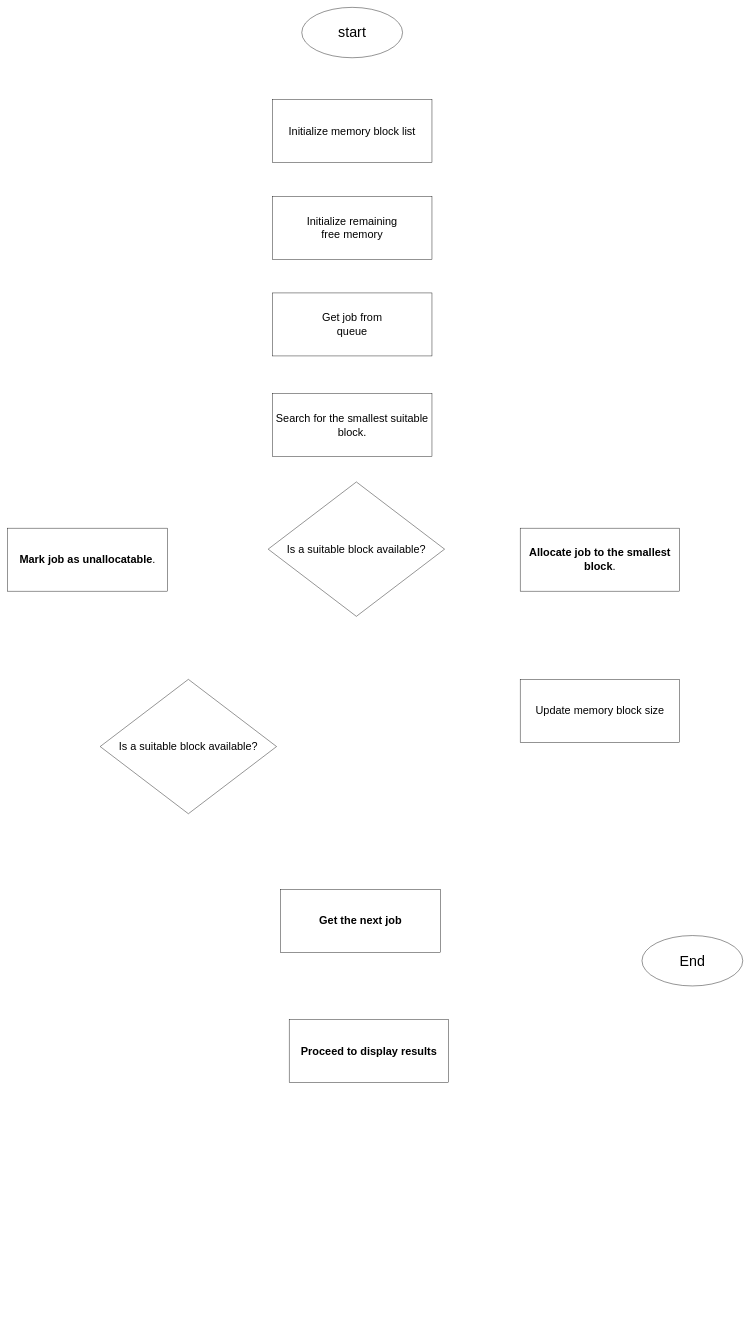
Vimukthi-Randunu/EEX5563Mini-project-RegNo-721429544 keeps this draw.io diagram as Untitled Diagram.drawio. Above is the earlier version. Source tidied: cells renumbered, new cells numbered last; positions are measured from the earlier drawing's top-left corner, leaving out a move shared by most shapes. Both pictures are drawn from the tidied source at 42%, with x=0, y=0 at pixel (8, 7).
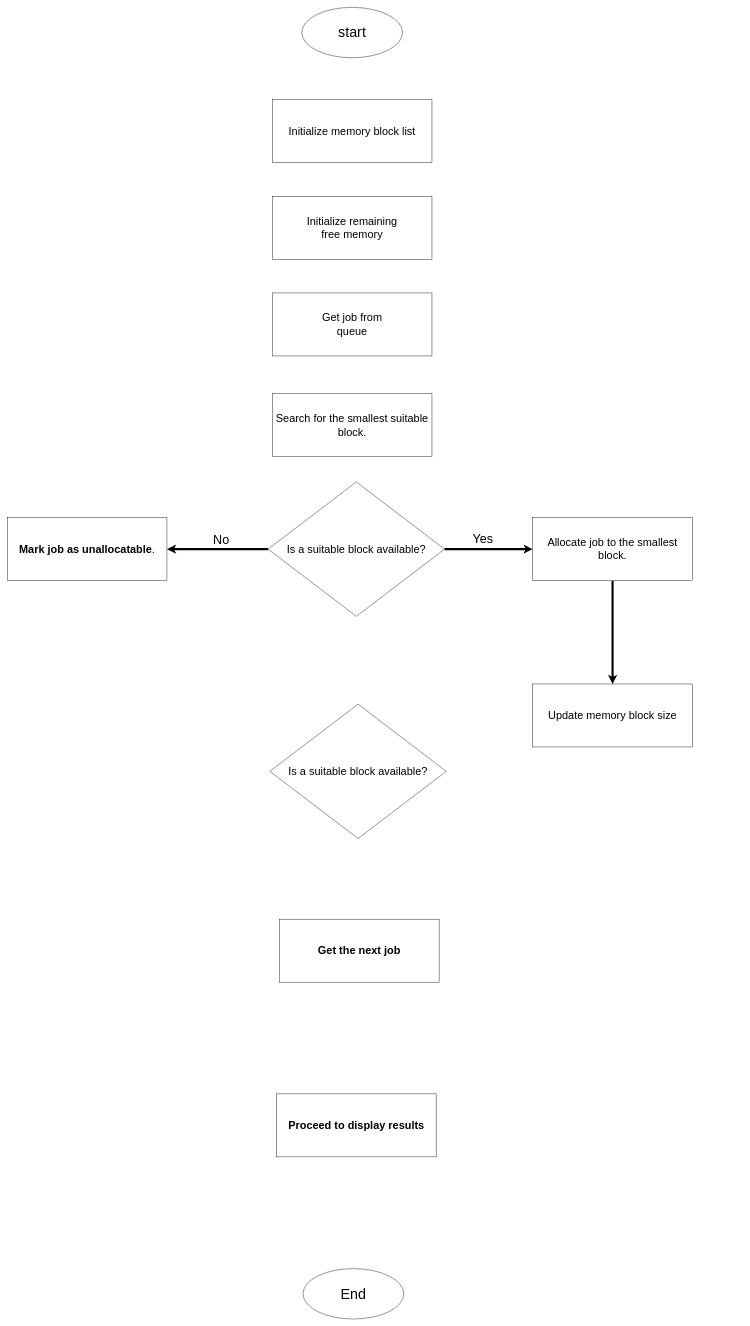
The same diagram, later.

The edit, as a diff of the source:
```diff
@@
 <mxGraphModel>
   <root>
     <mxCell id="0" />
     <mxCell id="1" parent="0" />
     <mxCell id="2" value="&lt;font style=&quot;font-size: 34px;&quot;&gt;start&lt;/font&gt;" style="ellipse;whiteSpace=wrap;html=1;" parent="1" vertex="1">
       <mxGeometry x="700" width="240" height="120" as="geometry" />
     </mxCell>
     <mxCell id="3" value="&lt;font style=&quot;font-size: 26px;&quot;&gt;Initialize memory block list&lt;/font&gt;" style="rounded=0;whiteSpace=wrap;html=1;" parent="1" vertex="1">
       <mxGeometry x="630" y="220" width="380" height="150" as="geometry" />
     </mxCell>
     <mxCell id="4" value="&lt;font style=&quot;font-size: 26px;&quot;&gt;Initialize remaining&lt;/font&gt;&lt;div&gt;&lt;font style=&quot;font-size: 26px;&quot;&gt;free memory&lt;/font&gt;&lt;/div&gt;" style="rounded=0;whiteSpace=wrap;html=1;" parent="1" vertex="1">
       <mxGeometry x="630" y="450" width="380" height="150" as="geometry" />
     </mxCell>
     <mxCell id="5" value="&lt;span style=&quot;font-size: 26px;&quot;&gt;Get job from&lt;/span&gt;&lt;div&gt;&lt;span style=&quot;font-size: 26px;&quot;&gt;queue&lt;/span&gt;&lt;/div&gt;" style="rounded=0;whiteSpace=wrap;html=1;" parent="1" vertex="1">
       <mxGeometry x="630" y="680" width="380" height="150" as="geometry" />
     </mxCell>
     <mxCell id="6" value="&lt;div&gt;&lt;font style=&quot;font-size: 26px;&quot;&gt;Search for the smallest suitable block.&lt;/font&gt;&lt;br&gt;&lt;/div&gt;" style="rounded=0;whiteSpace=wrap;html=1;" parent="1" vertex="1">
       <mxGeometry x="630" y="920" width="380" height="150" as="geometry" />
     </mxCell>
+    <mxCell id="15" style="edgeStyle=orthogonalEdgeStyle;rounded=0;jettySize=auto;html=1;entryX=0;entryY=0.5;entryDx=0;entryDy=0;strokeWidth=5;" parent="1" edge="1" source="7" target="8">
+      <mxGeometry relative="1" as="geometry" />
+    </mxCell>
+    <mxCell id="16" style="edgeStyle=orthogonalEdgeStyle;rounded=0;jettySize=auto;html=1;strokeWidth=5;" parent="1" edge="1" source="7" target="10">
+      <mxGeometry relative="1" as="geometry" />
+    </mxCell>
     <mxCell id="7" value="&lt;font style=&quot;font-size: 26px;&quot;&gt;Is a suitable block available?&lt;/font&gt;" style="rhombus;whiteSpace=wrap;html=1;" parent="1" vertex="1">
       <mxGeometry x="620" y="1130" width="420" height="320" as="geometry" />
     </mxCell>
+    <mxCell id="17" style="edgeStyle=orthogonalEdgeStyle;rounded=0;jettySize=auto;html=1;entryX=0.5;entryY=0;entryDx=0;entryDy=0;strokeWidth=5;" parent="1" edge="1" source="8" target="9">
+      <mxGeometry relative="1" as="geometry" />
+    </mxCell>
-    <mxCell id="8" value="&lt;div&gt;&lt;font style=&quot;font-size: 26px;&quot;&gt;&lt;strong&gt;Allocate job to the smallest block&lt;/strong&gt;.&lt;/font&gt;&lt;br&gt;&lt;/div&gt;" style="rounded=0;whiteSpace=wrap;html=1;" parent="1" vertex="1">
-      <mxGeometry x="1220" y="1240" width="380" height="150" as="geometry" />
+    <mxCell id="8" value="&lt;div&gt;&lt;font style=&quot;font-size: 26px;&quot;&gt;Allocate job to the smallest block.&lt;/font&gt;&lt;br&gt;&lt;/div&gt;" style="rounded=0;whiteSpace=wrap;html=1;" parent="1" vertex="1">
+      <mxGeometry x="1250" y="1215" width="380" height="150" as="geometry" />
     </mxCell>
     <mxCell id="9" value="&lt;div&gt;&lt;font style=&quot;font-size: 26px;&quot;&gt;Update memory block size&lt;/font&gt;&lt;br&gt;&lt;/div&gt;" style="rounded=0;whiteSpace=wrap;html=1;" parent="1" vertex="1">
-      <mxGeometry x="1220" y="1600" width="380" height="150" as="geometry" />
+      <mxGeometry x="1250" y="1611" width="380" height="150" as="geometry" />
     </mxCell>
     <mxCell id="10" value="&lt;div&gt;&lt;font style=&quot;font-size: 26px;&quot;&gt;&lt;strong&gt;Mark job as unallocatable&lt;/strong&gt;.&lt;/font&gt;&lt;br&gt;&lt;/div&gt;" style="rounded=0;whiteSpace=wrap;html=1;" parent="1" vertex="1">
-      <mxGeometry y="1240" width="380" height="150" as="geometry" />
+      <mxGeometry x="-1" y="1215" width="380" height="150" as="geometry" />
     </mxCell>
     <mxCell id="11" value="&lt;font style=&quot;font-size: 26px;&quot;&gt;Is a suitable block available?&lt;/font&gt;" style="rhombus;whiteSpace=wrap;html=1;" parent="1" vertex="1">
-      <mxGeometry x="220" y="1600" width="420" height="320" as="geometry" />
+      <mxGeometry x="624" y="1659" width="420" height="320" as="geometry" />
     </mxCell>
     <mxCell id="12" value="&lt;div&gt;&lt;span style=&quot;font-size: 26px;&quot;&gt;&lt;b&gt;Get the next job&lt;/b&gt;&lt;/span&gt;&lt;/div&gt;" style="rounded=0;whiteSpace=wrap;html=1;" parent="1" vertex="1">
-      <mxGeometry x="650" y="2100" width="380" height="150" as="geometry" />
+      <mxGeometry x="647" y="2171" width="380" height="150" as="geometry" />
     </mxCell>
     <mxCell id="13" value="&lt;div&gt;&lt;span style=&quot;font-size: 26px;&quot;&gt;&lt;b&gt;Proceed to display results&lt;/b&gt;&lt;/span&gt;&lt;/div&gt;" style="rounded=0;whiteSpace=wrap;html=1;" parent="1" vertex="1">
-      <mxGeometry x="670" y="2410" width="380" height="150" as="geometry" />
+      <mxGeometry x="640" y="2587" width="380" height="150" as="geometry" />
     </mxCell>
     <mxCell id="14" value="&lt;span style=&quot;font-size: 34px;&quot;&gt;End&lt;/span&gt;" style="ellipse;whiteSpace=wrap;html=1;" parent="1" vertex="1">
-      <mxGeometry x="1510" y="2210" width="240" height="120" as="geometry" />
+      <mxGeometry x="703" y="3003" width="240" height="120" as="geometry" />
     </mxCell>
+    <mxCell id="18" value="&lt;font style=&quot;font-size: 30px;&quot;&gt;Yes&lt;/font&gt;" style="text;html=1;align=center;verticalAlign=middle;strokeColor=none;fillColor=none;" parent="1" vertex="1">
+      <mxGeometry x="1097" y="1240" width="67" height="48" as="geometry" />
+    </mxCell>
+    <mxCell id="19" value="&lt;span style=&quot;font-size: 30px;&quot;&gt;No&lt;/span&gt;" style="text;html=1;align=center;verticalAlign=middle;strokeColor=none;fillColor=none;" parent="1" vertex="1">
+      <mxGeometry x="480" y="1243" width="56" height="48" as="geometry" />
+    </mxCell>
   </root>
 </mxGraphModel>
```
